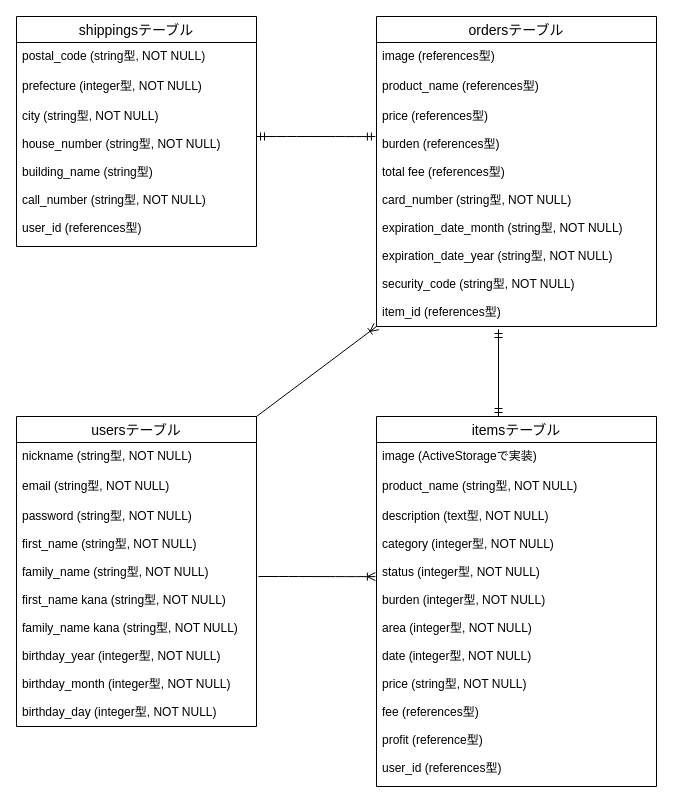
Above: test.dio in popo03/furima-35693 (draw.io), before the change. Source tidied: cells renumbered, new cells numbered last; positions are measured from the earlier drawing's top-left corner, leaving out a move shared by most shapes. Both pictures are drawn from the tidied source at 100%, with x=0, y=0 at pixel (16, 16).
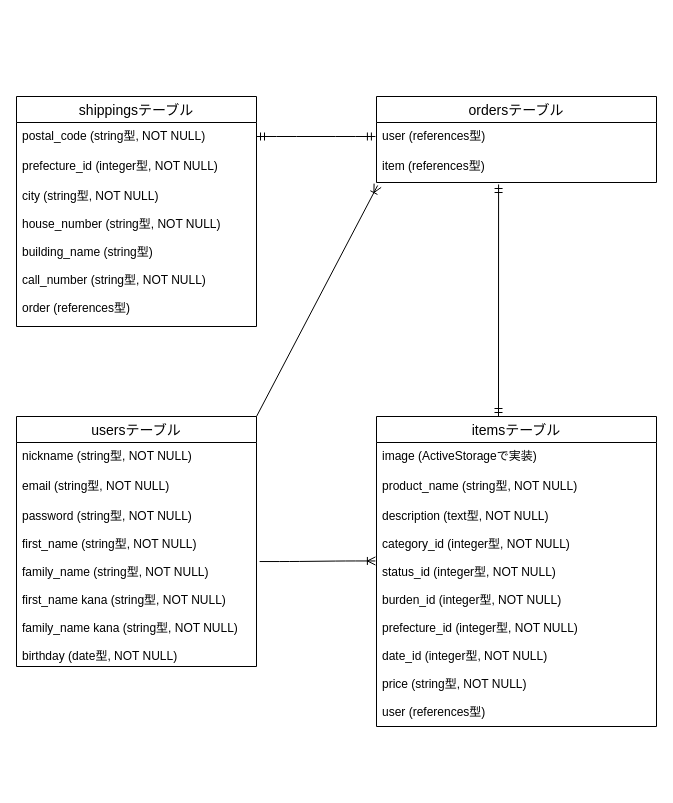
Above is the later version.

Commit message (it also covers changes not shown here):
user deviseの導入

What changed in the source:
```diff
@@
     <mxCell id="2" value="usersテーブル" style="swimlane;fontStyle=0;horizontal=1;startSize=26;align=center;fontSize=14;" parent="1" vertex="1">
-      <mxGeometry y="400" width="240" height="310" as="geometry" />
+      <mxGeometry y="400" width="240" height="250" as="geometry" />
     </mxCell>
@@
-    <mxCell id="5" value="password (string型, NOT NULL)&#10;&#10;first_name (string型, NOT NULL)&#10;&#10;family_name (string型, NOT NULL)&#10;&#10;first_name kana (string型, NOT NULL)&#10;&#10;family_name kana (string型, NOT NULL)&#10;&#10;birthday_year (integer型, NOT NULL)&#10;&#10;birthday_month (integer型, NOT NULL)&#10;&#10;birthday_day (integer型, NOT NULL)" style="text;strokeColor=none;fillColor=none;spacingLeft=4;spacingRight=4;overflow=hidden;points=[[0,0.5],[1,0.5]];portConstraint=eastwest;fontSize=12;verticalAlign=top;" parent="2" vertex="1">
-      <mxGeometry y="86" width="240" height="224" as="geometry" />
+    <mxCell id="5" value="password (string型, NOT NULL)&#10;&#10;first_name (string型, NOT NULL)&#10;&#10;family_name (string型, NOT NULL)&#10;&#10;first_name kana (string型, NOT NULL)&#10;&#10;family_name kana (string型, NOT NULL)&#10;&#10;birthday (date型, NOT NULL)" style="text;strokeColor=none;fillColor=none;spacingLeft=4;spacingRight=4;overflow=hidden;points=[[0,0.5],[1,0.5]];portConstraint=eastwest;fontSize=12;verticalAlign=top;" parent="2" vertex="1">
+      <mxGeometry y="86" width="240" height="164" as="geometry" />
     </mxCell>
     <mxCell id="6" value="itemsテーブル" style="swimlane;fontStyle=0;horizontal=1;startSize=26;align=center;fontSize=14;" parent="1" vertex="1">
-      <mxGeometry x="360" y="400" width="280" height="370" as="geometry" />
+      <mxGeometry x="360" y="400" width="280" height="310" as="geometry" />
     </mxCell>
@@
-    <mxCell id="9" value="description (text型, NOT NULL)&#10;&#10;category (integer型, NOT NULL)&#10;&#10;status (integer型, NOT NULL)&#10;&#10;burden (integer型, NOT NULL)&#10;&#10;area (integer型, NOT NULL)&#10;&#10;date (integer型, NOT NULL)&#10;&#10;price (string型, NOT NULL)&#10;&#10;fee (references型)&#10;&#10;profit (reference型)&#10;&#10;user_id (references型)" style="text;strokeColor=none;fillColor=none;spacingLeft=4;spacingRight=4;overflow=hidden;points=[[0,0.5],[1,0.5]];portConstraint=eastwest;fontSize=12;" parent="6" vertex="1">
-      <mxGeometry y="86" width="280" height="284" as="geometry" />
+    <mxCell id="9" value="description (text型, NOT NULL)&#10;&#10;category_id (integer型, NOT NULL)&#10;&#10;status_id (integer型, NOT NULL)&#10;&#10;burden_id (integer型, NOT NULL)&#10;&#10;prefecture_id (integer型, NOT NULL)&#10;&#10;date_id (integer型, NOT NULL)&#10;&#10;price (string型, NOT NULL)&#10;&#10;user (references型)" style="text;strokeColor=none;fillColor=none;spacingLeft=4;spacingRight=4;overflow=hidden;points=[[0,0.5],[1,0.5]];portConstraint=eastwest;fontSize=12;" parent="6" vertex="1">
+      <mxGeometry y="86" width="280" height="224" as="geometry" />
     </mxCell>
     <mxCell id="10" value="ordersテーブル" style="swimlane;fontStyle=0;horizontal=1;startSize=26;align=center;fontSize=14;" parent="1" vertex="1">
-      <mxGeometry x="360" width="280" height="310" as="geometry" />
+      <mxGeometry x="360" y="80" width="280" height="86" as="geometry" />
     </mxCell>
-    <mxCell id="11" value="image (references型)" style="text;strokeColor=none;fillColor=none;spacingLeft=4;spacingRight=4;overflow=hidden;fontSize=12;" parent="10" vertex="1">
+    <mxCell id="11" value="user (references型)" style="text;strokeColor=none;fillColor=none;spacingLeft=4;spacingRight=4;overflow=hidden;fontSize=12;" parent="10" vertex="1">
       <mxGeometry y="26" width="280" height="30" as="geometry" />
     </mxCell>
-    <mxCell id="12" value="product_name (references型)&#10;" style="text;strokeColor=none;fillColor=none;spacingLeft=4;spacingRight=4;overflow=hidden;points=[[0,0.5],[1,0.5]];portConstraint=eastwest;fontSize=12;" parent="10" vertex="1">
+    <mxCell id="12" value="item (references型)&#10;" style="text;strokeColor=none;fillColor=none;spacingLeft=4;spacingRight=4;overflow=hidden;points=[[0,0.5],[1,0.5]];portConstraint=eastwest;fontSize=12;" parent="10" vertex="1">
       <mxGeometry y="56" width="280" height="30" as="geometry" />
     </mxCell>
-    <mxCell id="13" value="price (references型)&#10;&#10;burden (references型)&#10;&#10;total fee (references型)&#10;&#10;card_number (string型, NOT NULL)&#10;&#10;expiration_date_month (string型, NOT NULL)&#10;&#10;expiration_date_year (string型, NOT NULL)&#10;&#10;security_code (string型, NOT NULL)&#10;&#10;item_id (references型)" style="text;strokeColor=none;fillColor=none;spacingLeft=4;spacingRight=4;overflow=hidden;points=[[0,0.5],[1,0.5]];portConstraint=eastwest;fontSize=12;" parent="10" vertex="1">
-      <mxGeometry y="86" width="280" height="224" as="geometry" />
-    </mxCell>
     <mxCell id="14" value="shippingsテーブル" style="swimlane;fontStyle=0;horizontal=1;startSize=26;align=center;fontSize=14;" parent="1" vertex="1">
-      <mxGeometry width="240" height="230" as="geometry" />
+      <mxGeometry y="80" width="240" height="230" as="geometry" />
     </mxCell>
@@
-    <mxCell id="16" value="prefecture (integer型, NOT NULL)" style="text;strokeColor=none;fillColor=none;spacingLeft=4;spacingRight=4;overflow=hidden;fontSize=12;" parent="14" vertex="1">
+    <mxCell id="16" value="prefecture_id (integer型, NOT NULL)" style="text;strokeColor=none;fillColor=none;spacingLeft=4;spacingRight=4;overflow=hidden;fontSize=12;" parent="14" vertex="1">
       <mxGeometry y="56" width="240" height="30" as="geometry" />
     </mxCell>
-    <mxCell id="17" value="city (string型, NOT NULL)&#10;&#10;house_number (string型, NOT NULL)&#10;&#10;building_name (string型)&#10;&#10;call_number (string型, NOT NULL)&#10;&#10;user_id (references型)" style="text;strokeColor=none;fillColor=none;spacingLeft=4;spacingRight=4;overflow=hidden;fontSize=12;" parent="14" vertex="1">
+    <mxCell id="17" value="city (string型, NOT NULL)&#10;&#10;house_number (string型, NOT NULL)&#10;&#10;building_name (string型)&#10;&#10;call_number (string型, NOT NULL)&#10;&#10;order (references型)" style="text;strokeColor=none;fillColor=none;spacingLeft=4;spacingRight=4;overflow=hidden;fontSize=12;" parent="14" vertex="1">
       <mxGeometry y="86" width="240" height="144" as="geometry" />
     </mxCell>
-    <mxCell id="18" style="edgeStyle=entityRelationEdgeStyle;fontSize=12;html=1;endArrow=ERoneToMany;entryX=-0.004;entryY=0.261;entryDx=0;entryDy=0;entryPerimeter=0;" parent="1" edge="1" target="9">
-      <mxGeometry relative="1" as="geometry">
-        <mxPoint x="242" y="560" as="sourcePoint" />
-      </mxGeometry>
+    <mxCell id="18" style="edgeStyle=entityRelationEdgeStyle;fontSize=12;html=1;endArrow=ERoneToMany;entryX=-0.004;entryY=0.261;entryDx=0;entryDy=0;entryPerimeter=0;exitX=1.013;exitY=0.36;exitDx=0;exitDy=0;exitPerimeter=0;" parent="1" edge="1" source="5" target="9">
+      <mxGeometry relative="1" as="geometry" />
     </mxCell>
-    <mxCell id="19" style="fontSize=12;html=1;endArrow=ERmandOne;startArrow=ERmandOne;" parent="1" edge="1">
+    <mxCell id="19" style="fontSize=12;html=1;endArrow=ERmandOne;startArrow=ERmandOne;entryX=0.436;entryY=1.067;entryDx=0;entryDy=0;entryPerimeter=0;" parent="1" edge="1" target="12">
       <mxGeometry relative="1" as="geometry">
         <mxPoint x="482" y="400" as="sourcePoint" />
-        <mxPoint x="482" y="313" as="targetPoint" />
       </mxGeometry>
     </mxCell>
-    <mxCell id="20" style="edgeStyle=entityRelationEdgeStyle;fontSize=12;html=1;endArrow=ERmandOne;startArrow=ERmandOne;entryX=-0.004;entryY=0.152;entryDx=0;entryDy=0;entryPerimeter=0;" parent="1" edge="1" target="13">
+    <mxCell id="20" style="edgeStyle=entityRelationEdgeStyle;fontSize=12;html=1;endArrow=ERmandOne;startArrow=ERmandOne;entryX=-0.004;entryY=0.152;entryDx=0;entryDy=0;entryPerimeter=0;" parent="1" edge="1">
       <mxGeometry relative="1" as="geometry">
         <mxPoint x="240" y="120" as="sourcePoint" />
+        <mxPoint x="358.9" y="120" as="targetPoint" />
       </mxGeometry>
     </mxCell>
-    <mxCell id="21" style="fontSize=12;html=1;endArrow=ERoneToMany;" parent="1" edge="1">
+    <mxCell id="21" style="fontSize=12;html=1;endArrow=ERoneToMany;entryX=0.004;entryY=1.1;entryDx=0;entryDy=0;entryPerimeter=0;" parent="1" edge="1" target="12">
       <mxGeometry relative="1" as="geometry">
         <mxPoint x="240" y="400" as="sourcePoint" />
-        <mxPoint x="360" y="310" as="targetPoint" />
       </mxGeometry>
     </mxCell>
```
